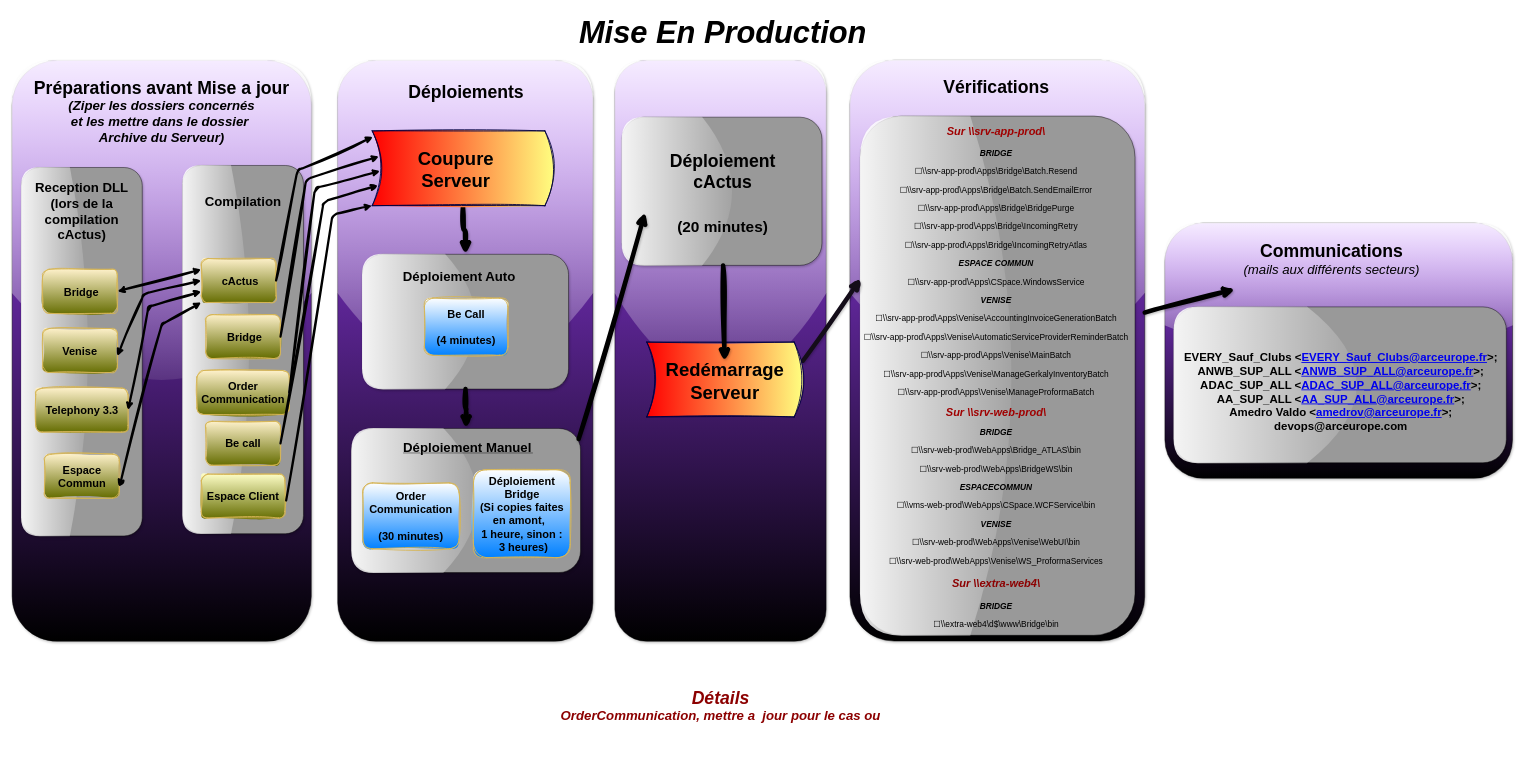
Before: Suivi MEP.drawio in MarcSyndrome/Objectif-du-jour-ARC-EF, a draw.io diagram. Source tidied: cells renumbered, new cells numbered last; positions are measured from the earlier drawing's top-left corner, leaving out a move shared by most shapes. Both pictures are drawn from the tidied source at 44%, with x=0, y=0 at pixel (-103, 7).
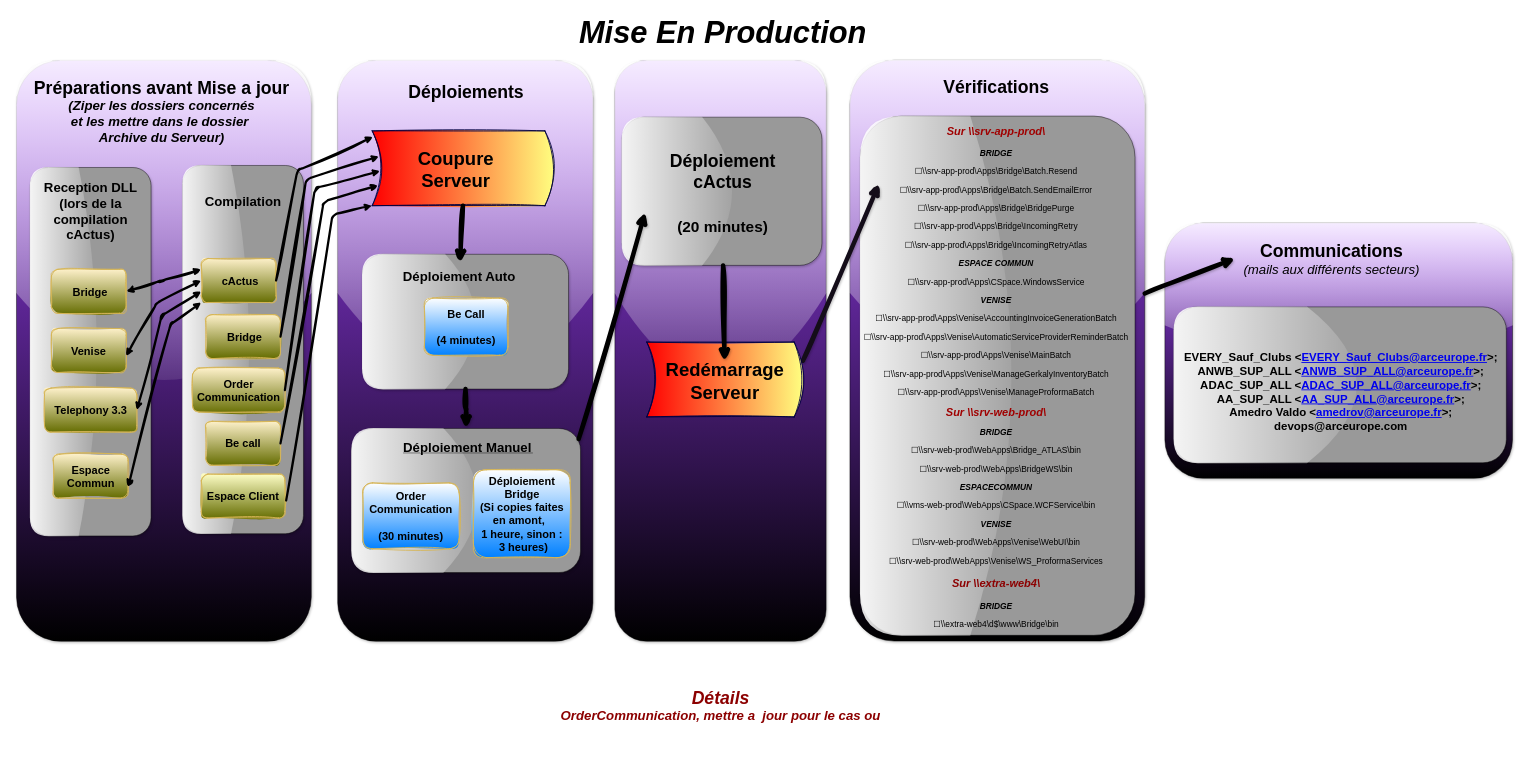
Above is the later version.

Commit message (it also covers changes not shown here):
Mettre à jour Suivi MEP.drawio

The change refers to these unchanged cells:
```xml
<mxCell id="7" style="rounded=1;whiteSpace=wrap;html=1;rotation=-90;fillColor=#999999;shadow=1;glass=1;" parent="1" vertex="1">
  <mxGeometry x="1137.3" y="479.4" width="306.3" height="468.4" as="geometry" />
</mxCell>
<mxCell id="11" value="&lt;div style=&quot;font-size: 21px;&quot;&gt;&lt;font size=&quot;1&quot;&gt;&lt;b&gt;&lt;font style=&quot;font-size: 25px;&quot;&gt;&amp;nbsp;cActus&lt;/font&gt;&lt;/b&gt;&lt;/font&gt;&lt;/div&gt;" style="rounded=1;whiteSpace=wrap;html=1;fillColor=#fff2cc;strokeColor=#d6b656;gradientColor=#646c00;sketch=1;curveFitting=1;jiggle=2;shadow=0;strokeWidth=2;" parent="1" vertex="1">
  <mxGeometry x="690" y="570" width="170" height="100" as="geometry" />
</mxCell>
<mxCell id="22" style="shape=dataStorage;whiteSpace=wrap;html=1;fixedSize=1;rotation=-180;gradientColor=#ff0000;fillColor=#ffff80;gradientDirection=east;sketch=1;curveFitting=1;jiggle=2;shadow=0;strokeWidth=2;strokeColor=#000040;rounded=1;" parent="1" vertex="1">
  <mxGeometry x="1078.4" y="280" width="412.5" height="170" as="geometry" />
</mxCell>
<mxCell id="30" value="&lt;font size=&quot;1&quot;&gt;&lt;b style=&quot;font-size: 30px;&quot;&gt;Déploiement Auto&lt;/b&gt;&lt;/font&gt;&amp;nbsp; " style="text;html=1;strokeColor=none;fillColor=none;align=center;verticalAlign=middle;whiteSpace=wrap;rounded=1;" parent="1" vertex="1">
  <mxGeometry x="1123.3" y="579.8" width="309.6" height="60" as="geometry" />
</mxCell>
<mxCell id="37" style="rounded=1;whiteSpace=wrap;html=1;glass=1;shadow=1;fillColor=#9f40ff;fillStyle=auto;gradientColor=default;" parent="1" vertex="1">
  <mxGeometry x="2164.2" y="119.5" width="670" height="1320" as="geometry" />
</mxCell>
<mxCell id="40" value="&lt;p align=&quot;center&quot; style=&quot;font-size: 25px;&quot;&gt;&lt;font color=&quot;#a00000&quot;&gt;&lt;b&gt;&lt;font style=&quot;font-size: 25px;&quot;&gt;&lt;i&gt;&lt;font style=&quot;font-size: 25px;&quot;&gt;Sur \\srv-app-prod\&lt;/font&gt;&lt;/i&gt;&lt;/font&gt;&lt;/b&gt;&lt;/font&gt;&lt;/p&gt;&lt;p align=&quot;center&quot; style=&quot;font-size: 19px;&quot;&gt;&lt;b&gt;&lt;font style=&quot;font-size: 19px;&quot;&gt;&lt;span lang=&quot;EN-GB&quot;&gt;&lt;i&gt;BRIDGE&lt;/i&gt;&lt;/span&gt;&lt;/font&gt;&lt;/b&gt;&lt;/p&gt;&lt;p align=&quot;center&quot; style=&quot;font-size: 19px;&quot;&gt;&lt;font style=&quot;font-size: 19px;&quot;&gt;&lt;font style=&quot;font-size: 19px;&quot;&gt;&lt;span lang=&quot;EN-GB&quot;&gt;&lt;span lang=&quot;FR&quot;&gt;☐&lt;/span&gt;&lt;/span&gt;&lt;a&gt;&lt;span lang=&quot;EN-GB&quot;&gt;\\srv-app-prod\Apps\Bridge\Batch.Resend&lt;/span&gt;&lt;/a&gt;&lt;/font&gt;&lt;/font&gt;&lt;/p&gt;&lt;p align=&quot;center&quot; style=&quot;font-size: 19px;&quot;&gt;&lt;font style=&quot;font-size: 19px;&quot;&gt;&lt;font style=&quot;font-size: 19px;&quot;&gt;&lt;span lang=&quot;EN-GB&quot;&gt;&lt;span lang=&quot;FR&quot;&gt;☐&lt;/span&gt;&lt;/span&gt;&lt;a&gt;&lt;span lang=&quot;EN-GB&quot;&gt;\\srv-app-prod\Apps\Bridge\Batch.SendEmailError&lt;/span&gt;&lt;/a&gt;&lt;/font&gt;&lt;/font&gt;&lt;/p&gt;&lt;p align=&quot;center&quot; style=&quot;font-size: 19px;&quot;&gt;&lt;font style=&quot;font-size: 19px;&quot;&gt;&lt;font style=&quot;font-size: 19px;&quot;&gt;&lt;span lang=&quot;EN-GB&quot;&gt;&lt;span lang=&quot;FR&quot;&gt;☐&lt;/span&gt;&lt;/span&gt;&lt;a&gt;&lt;span lang=&quot;EN-GB&quot;&gt;\\srv-app-prod\Apps\Bridge\BridgePurge&lt;/span&gt;&lt;/a&gt;&lt;/font&gt;&lt;/font&gt;&lt;/p&gt;&lt;p align=&quot;center&quot; style=&quot;font-size: 19px;&quot;&gt;&lt;font style=&quot;font-size: 19px;&quot;&gt;&lt;font style=&quot;font-size: 19px;&quot;&gt;&lt;span lang=&quot;EN-GB&quot;&gt;&lt;span lang=&quot;FR&quot;&gt;☐&lt;/span&gt;&lt;/span&gt;&lt;a&gt;&lt;span lang=&quot;EN-GB&quot;&gt;\\srv-app-prod\Apps\Bridge\IncomingRetry&lt;/span&gt;&lt;/a&gt;&lt;/font&gt;&lt;/font&gt;&lt;/p&gt;&lt;p align=&quot;center&quot; style=&quot;font-size: 19px;&quot;&gt;&lt;font style=&quot;font-size: 19px;&quot;&gt;&lt;font style=&quot;font-size: 19px;&quot;&gt;&lt;span lang=&quot;EN-GB&quot;&gt;&lt;span lang=&quot;FR&quot;&gt;☐&lt;/span&gt;&lt;/span&gt;&lt;a&gt;&lt;span lang=&quot;EN-GB&quot;&gt;\\srv-app-prod\Apps\Bridge\IncomingRetryAtlas&lt;/span&gt;&lt;/a&gt;&lt;/font&gt;&lt;/font&gt;&lt;/p&gt;&lt;p align=&quot;center&quot; style=&quot;font-size: 19px;&quot;&gt;&lt;b&gt;&lt;font style=&quot;font-size: 19px;&quot;&gt;&lt;font style=&quot;font-size: 19px;&quot;&gt;&lt;span lang=&quot;EN-GB&quot;&gt;&lt;i&gt;ESPACE COMMUN&lt;/i&gt;&lt;/span&gt;&lt;/font&gt;&lt;/font&gt;&lt;/b&gt;&lt;/p&gt;&lt;p align=&quot;center&quot; style=&quot;font-size: 19px;&quot;&gt;&lt;font style=&quot;font-size: 19px;&quot;&gt;&lt;font style=&quot;font-size: 19px;&quot;&gt;&lt;span lang=&quot;EN-GB&quot;&gt;&lt;span lang=&quot;FR&quot;&gt;☐&lt;/span&gt;&lt;/span&gt;&lt;a&gt;&lt;span lang=&quot;EN-GB&quot;&gt;\\srv-app-prod\Apps\CSpace.WindowsService&lt;/span&gt;&lt;/a&gt;&lt;/font&gt;&lt;/font&gt;&lt;/p&gt;&lt;p align=&quot;center&quot; style=&quot;font-size: 19px;&quot;&gt;&lt;font style=&quot;font-size: 19px;&quot;&gt;&lt;span lang=&quot;EN-GB&quot;&gt;&lt;i&gt;&lt;b&gt;VENISE&lt;/b&gt;&lt;/i&gt;&lt;/span&gt;&lt;/font&gt;&lt;/p&gt;&lt;p align=&quot;center&quot; style=&quot;font-size: 19px;&quot;&gt;&lt;font style=&quot;font-size: 19px;&quot;&gt;&lt;font style=&quot;font-size: 19px;&quot;&gt;&lt;span lang=&quot;EN-GB&quot;&gt;&lt;span lang=&quot;FR&quot;&gt;☐&lt;/span&gt;&lt;/span&gt;&lt;a&gt;&lt;span lang=&quot;EN-GB&quot;&gt;\\srv-app-prod\Apps\Venise\AccountingInvoiceGenerationBatch&lt;/span&gt;&lt;/a&gt;&lt;/font&gt;&lt;/font&gt;&lt;/p&gt;&lt;p align=&quot;center&quot; style=&quot;font-size: 19px;&quot;&gt;&lt;font style=&quot;font-size: 19px;&quot;&gt;&lt;font style=&quot;font-size: 19px;&quot;&gt;&lt;span lang=&quot;EN-GB&quot;&gt;&lt;span lang=&quot;FR&quot;&gt;☐&lt;/span&gt;&lt;/span&gt;&lt;a&gt;&lt;span lang=&quot;EN-GB&quot;&gt;\\srv-app-prod\Apps\Venise\AutomaticServiceProviderReminderBatch&lt;/span&gt;&lt;/a&gt;&lt;/font&gt;&lt;/font&gt;&lt;/p&gt;&lt;p align=&quot;center&quot; style=&quot;font-size: 19px;&quot;&gt;&lt;font style=&quot;font-size: 19px;&quot;&gt;&lt;font style=&quot;font-size: 19px;&quot;&gt;&lt;span lang=&quot;EN-GB&quot;&gt;&lt;span lang=&quot;FR&quot;&gt;☐&lt;/span&gt;&lt;/span&gt;&lt;a&gt;&lt;span lang=&quot;EN-GB&quot;&gt;\\srv-app-prod\Apps\Venise\MainBatch&lt;/span&gt;&lt;/a&gt;&lt;/font&gt;&lt;/font&gt;&lt;/p&gt;&lt;p align=&quot;center&quot; style=&quot;font-size: 19px;&quot;&gt;&lt;font style=&quot;font-size: 19px;&quot;&gt;&lt;font style=&quot;font-size: 19px;&quot;&gt;&lt;span lang=&quot;EN-GB&quot;&gt;&lt;span lang=&quot;FR&quot;&gt;☐&lt;/span&gt;&lt;/span&gt;&lt;a&gt;&lt;span lang=&quot;EN-GB&quot;&gt;\\srv-app-prod\Apps\Venise\ManageGerkalyInventoryBatch&lt;/span&gt;&lt;/a&gt;&lt;/font&gt;&lt;/font&gt;&lt;/p&gt;&lt;p align=&quot;center&quot; style=&quot;font-size: 19px;&quot;&gt;&lt;font style=&quot;font-size: 19px;&quot;&gt;&lt;font style=&quot;font-size: 19px;&quot;&gt;&lt;span lang=&quot;EN-GB&quot;&gt;&lt;span lang=&quot;FR&quot;&gt;☐&lt;/span&gt;&lt;/span&gt;&lt;a&gt;&lt;span lang=&quot;EN-GB&quot;&gt;\\srv-app-prod\Apps\Venise\ManageProformaBatch&lt;/span&gt;&lt;/a&gt;&lt;/font&gt;&lt;/font&gt;&lt;/p&gt;&lt;p align=&quot;center&quot; style=&quot;font-size: 19px;&quot;&gt;&lt;font color=&quot;#a00000&quot;&gt;&lt;b&gt;&lt;font size=&quot;1&quot;&gt;&lt;i&gt;&lt;font&gt;&lt;font&gt;&lt;span style=&quot;font-size: 25px;&quot; lang=&quot;EN-GB&quot;&gt;Sur \\srv-web-prod\&lt;/span&gt;&lt;/font&gt;&lt;/font&gt;&lt;/i&gt;&lt;/font&gt;&lt;/b&gt;&lt;/font&gt;&lt;/p&gt;&lt;p align=&quot;center&quot; style=&quot;font-size: 19px;&quot;&gt;&lt;font style=&quot;font-size: 19px;&quot;&gt;&lt;span lang=&quot;EN-GB&quot;&gt;&lt;i&gt;&lt;b&gt;BRIDGE&lt;/b&gt;&lt;/i&gt;&lt;/span&gt;&lt;/font&gt;&lt;/p&gt;&lt;p align=&quot;center&quot; style=&quot;font-size: 19px;&quot;&gt;&lt;font style=&quot;font-size: 19px;&quot;&gt;&lt;font style=&quot;font-size: 19px;&quot;&gt;&lt;span lang=&quot;EN-GB&quot;&gt;&lt;span lang=&quot;FR&quot;&gt;☐&lt;/span&gt;&lt;/span&gt;&lt;a&gt;&lt;span lang=&quot;EN-GB&quot;&gt;\\srv-web-prod\WebApps\Bridge_ATLAS\bin&lt;/span&gt;&lt;/a&gt;&lt;/font&gt;&lt;/font&gt;&lt;/p&gt;&lt;p align=&quot;center&quot; style=&quot;font-size: 19px;&quot;&gt;&lt;font style=&quot;font-size: 19px;&quot;&gt;&lt;font style=&quot;font-size: 19px;&quot;&gt;&lt;span lang=&quot;EN-GB&quot;&gt;&lt;span lang=&quot;FR&quot;&gt;☐&lt;/span&gt;&lt;/span&gt;&lt;a&gt;&lt;span lang=&quot;EN-GB&quot;&gt;\\srv-web-prod\WebApps\BridgeWS\bin&lt;/span&gt;&lt;/a&gt;&lt;/font&gt;&lt;/font&gt;&lt;/p&gt;&lt;p align=&quot;center&quot; style=&quot;font-size: 19px;&quot;&gt;&lt;b&gt;&lt;font style=&quot;font-size: 19px;&quot;&gt;&lt;font style=&quot;font-size: 19px;&quot;&gt;&lt;span lang=&quot;EN-GB&quot;&gt;&lt;i&gt;ESPACECOMMUN&lt;/i&gt;&lt;/span&gt;&lt;/font&gt;&lt;/font&gt;&lt;/b&gt;&lt;/p&gt;&lt;p align=&quot;center&quot; style=&quot;font-size: 19px;&quot;&gt;&lt;font style=&quot;font-size: 19px;&quot;&gt;&lt;font style=&quot;font-size: 19px;&quot;&gt;&lt;span lang=&quot;EN-GB&quot;&gt;&lt;span lang=&quot;FR&quot;&gt;☐&lt;/span&gt;&lt;/span&gt;&lt;a&gt;&lt;span lang=&quot;EN-GB&quot;&gt;\\vms-web-prod\WebApps\CSpace.WCFService\bin&lt;/span&gt;&lt;/a&gt;&lt;/font&gt;&lt;/font&gt;&lt;/p&gt;&lt;p align=&quot;center&quot; style=&quot;font-size: 19px;&quot;&gt;&lt;b&gt;&lt;font style=&quot;font-size: 19px;&quot;&gt;&lt;span lang=&quot;EN-GB&quot;&gt;&lt;i&gt;VENISE&lt;/i&gt;&lt;/span&gt;&lt;/font&gt;&lt;/b&gt;&lt;/p&gt;&lt;p align=&quot;center&quot; style=&quot;font-size: 19px;&quot;&gt;&lt;font style=&quot;font-size: 19px;&quot;&gt;&lt;font style=&quot;font-size: 19px;&quot;&gt;&lt;span lang=&quot;EN-GB&quot;&gt;&lt;span lang=&quot;FR&quot;&gt;☐&lt;/span&gt;&lt;/span&gt;&lt;a&gt;&lt;span lang=&quot;EN-GB&quot;&gt;\\srv-web-prod\WebApps\Venise\WebUI\bin&lt;/span&gt;&lt;/a&gt;&lt;/font&gt;&lt;/font&gt;&lt;/p&gt;&lt;p align=&quot;center&quot; style=&quot;font-size: 19px;&quot;&gt;&lt;font style=&quot;font-size: 19px;&quot;&gt;&lt;font style=&quot;font-size: 19px;&quot;&gt;&lt;span lang=&quot;EN-GB&quot;&gt;&lt;span lang=&quot;FR&quot;&gt;☐&lt;/span&gt;&lt;/span&gt;&lt;a&gt;&lt;span lang=&quot;EN-GB&quot;&gt;\\srv-web-prod\WebApps\Venise\WS_ProformaServices&lt;/span&gt;&lt;/a&gt;&lt;/font&gt;&lt;/font&gt;&lt;/p&gt;&lt;p align=&quot;center&quot; style=&quot;font-size: 25px;&quot;&gt;&lt;b&gt;&lt;font color=&quot;#8c0000&quot; style=&quot;font-size: 25px;&quot;&gt;&lt;font style=&quot;font-size: 25px;&quot;&gt;&lt;span lang=&quot;EN-GB&quot;&gt;&lt;i&gt;Sur \\extra-web4\&lt;/i&gt;&lt;/span&gt;&lt;/font&gt;&lt;/font&gt;&lt;/b&gt;&lt;/p&gt;&lt;p align=&quot;center&quot; style=&quot;font-size: 19px;&quot;&gt;&lt;font style=&quot;font-size: 19px;&quot;&gt;&lt;span lang=&quot;EN-GB&quot;&gt;&lt;i&gt;&lt;b&gt;BRIDGE&lt;/b&gt;&lt;/i&gt;&lt;/span&gt;&lt;/font&gt;&lt;/p&gt;&lt;p align=&quot;center&quot; style=&quot;font-size: 19px;&quot;&gt;&lt;font style=&quot;font-size: 19px;&quot;&gt;&lt;font style=&quot;font-size: 19px;&quot;&gt;&lt;span lang=&quot;EN-GB&quot;&gt;&lt;span lang=&quot;FR&quot;&gt;☐&lt;/span&gt;&lt;/span&gt;&lt;a&gt;&lt;span lang=&quot;EN-GB&quot;&gt;\\extra-web4\d$\www\Bridge\bin&lt;/span&gt;&lt;/a&gt;&lt;/font&gt;&lt;/font&gt;&lt;/p&gt;" style="text;html=1;strokeColor=none;fillColor=none;align=center;verticalAlign=middle;whiteSpace=wrap;rounded=1;" parent="1" vertex="1">
  <mxGeometry x="2189.2" y="394.6" width="615" height="883.4" as="geometry" />
</mxCell>
<mxCell id="42" style="shape=dataStorage;whiteSpace=wrap;html=1;fixedSize=1;rotation=-180;gradientColor=#ff0000;fillColor=#ffff80;gradientDirection=east;shadow=0;strokeWidth=2;strokeColor=#000040;sketch=1;curveFitting=1;jiggle=2;rounded=1;" parent="1" vertex="1">
  <mxGeometry x="1702.5" y="760" width="355" height="170" as="geometry" />
</mxCell>
<mxCell id="43" value="&lt;div&gt;&lt;b&gt;&lt;font style=&quot;font-size: 40px;&quot;&gt;Communications&lt;/font&gt;&lt;/b&gt;&lt;/div&gt;&lt;font size=&quot;1&quot;&gt;&lt;i style=&quot;font-size: 30px;&quot;&gt;(mails aux différents secteurs)&lt;/i&gt;&lt;/font&gt;" style="text;html=1;strokeColor=none;fillColor=none;align=center;verticalAlign=middle;whiteSpace=wrap;rounded=1;" parent="1" vertex="1">
  <mxGeometry x="3040" y="499.6" width="437.5" height="140" as="geometry" />
</mxCell>
```

The edit, as a diff of the source:
```diff
@@
     <mxCell id="5" style="rounded=1;whiteSpace=wrap;html=1;glass=1;shadow=1;fillColor=#9f40ff;fillStyle=auto;gradientColor=default;" parent="1" vertex="1">
-      <mxGeometry x="260" y="120" width="680" height="1320" as="geometry" />
+      <mxGeometry x="270" y="120" width="670" height="1320" as="geometry" />
     </mxCell>
@@
     <mxCell id="8" style="rounded=1;whiteSpace=wrap;html=1;rotation=-90;fillColor=#999999;shadow=1;glass=1;" parent="1" vertex="1">
-      <mxGeometry y="644.6" width="837.2" height="274.4" as="geometry" />
+      <mxGeometry x="20" y="644.6" width="837.2" height="274.4" as="geometry" />
     </mxCell>
@@
     <mxCell id="14" value="&lt;div style=&quot;font-size: 25px;&quot;&gt;&lt;font style=&quot;font-size: 25px;&quot;&gt;&lt;b&gt;Order Communication&lt;/b&gt; &lt;br&gt;&lt;/font&gt;&lt;/div&gt;" style="rounded=1;whiteSpace=wrap;html=1;fillColor=#fff2cc;strokeColor=#d6b656;gradientColor=#646c00;sketch=1;curveFitting=1;jiggle=2;shadow=0;strokeWidth=2;" parent="1" vertex="1">
-      <mxGeometry x="680" y="824.5" width="210" height="100" as="geometry" />
+      <mxGeometry x="670" y="819" width="210" height="100" as="geometry" />
     </mxCell>
@@
     <mxCell id="18" value="&lt;div style=&quot;font-size: 21px;&quot;&gt;&lt;font size=&quot;1&quot;&gt;&lt;b style=&quot;font-size: 25px;&quot;&gt;Telephony 3.3&lt;/b&gt;&lt;/font&gt;&lt;/div&gt;" style="rounded=1;whiteSpace=wrap;html=1;fillColor=#fff2cc;strokeColor=#d6b656;gradientColor=#646c00;sketch=1;curveFitting=1;jiggle=2;shadow=0;strokeWidth=2;" parent="1" vertex="1">
-      <mxGeometry x="313.6" y="864.6" width="210" height="100" as="geometry" />
+      <mxGeometry x="333.6" y="864.6" width="210" height="100" as="geometry" />
     </mxCell>
     <mxCell id="19" style="endArrow=classic;startArrow=classic;html=1;rounded=1;exitX=0;exitY=0.75;exitDx=0;exitDy=0;entryX=1;entryY=0.5;entryDx=0;entryDy=0;sketch=1;curveFitting=1;jiggle=2;shadow=0;strokeWidth=5;" parent="1" edge="1" source="11" target="18">
       <mxGeometry relative="1" as="geometry">
         <Array as="points">
-          <mxPoint x="570" y="680" />
+          <mxPoint x="600" y="700" />
         </Array>
       </mxGeometry>
     </mxCell>
     <mxCell id="20" value="&lt;div style=&quot;font-size: 21px;&quot;&gt;&lt;font size=&quot;1&quot;&gt;&lt;b style=&quot;font-size: 25px;&quot;&gt;Venise&lt;/b&gt;&lt;/font&gt;&lt;/div&gt;" style="rounded=1;whiteSpace=wrap;html=1;fillColor=#fff2cc;strokeColor=#d6b656;gradientColor=#646c00;sketch=1;curveFitting=1;jiggle=2;shadow=0;strokeWidth=2;" parent="1" vertex="1">
-      <mxGeometry x="329.3" y="729.1" width="170" height="100" as="geometry" />
+      <mxGeometry x="349.3" y="729.1" width="170" height="100" as="geometry" />
     </mxCell>
-    <mxCell id="21" style="edgeStyle=orthogonalEdgeStyle;jettySize=auto;html=1;strokeWidth=10;curved=1;sketch=1;curveFitting=1;jiggle=2;shadow=1;" parent="1" edge="1" source="22" target="7">
-      <mxGeometry relative="1" as="geometry" />
-    </mxCell>
@@
     <mxCell id="25" value="&lt;font style=&quot;font-size: 30px;&quot;&gt;&lt;b&gt;Reception DLL (lors de la compilation cActus)&lt;/b&gt;&lt;font style=&quot;font-size: 30px;&quot;&gt;&lt;b&gt;&lt;br&gt;&lt;/b&gt;&lt;/font&gt;&lt;/font&gt;" style="text;html=1;strokeColor=none;fillColor=none;align=center;verticalAlign=middle;whiteSpace=wrap;rounded=1;" parent="1" vertex="1">
-      <mxGeometry x="309.3" y="394.6" width="218.6" height="135" as="geometry" />
+      <mxGeometry x="329.3" y="394.6" width="218.6" height="135" as="geometry" />
     </mxCell>
     <mxCell id="26" style="endArrow=classic;startArrow=classic;html=1;rounded=1;entryX=0.998;entryY=0.627;entryDx=0;entryDy=0;sketch=1;curveFitting=1;jiggle=2;shadow=0;strokeWidth=5;entryPerimeter=0;exitX=0;exitY=0.5;exitDx=0;exitDy=0;" parent="1" edge="1" source="11" target="20">
       <mxGeometry relative="1" as="geometry">
         <Array as="points">
-          <mxPoint x="560" y="650" />
+          <mxPoint x="590" y="670" />
         </Array>
       </mxGeometry>
     </mxCell>
@@
-    <mxCell id="41" style="endArrow=classic;html=1;strokeWidth=10;exitX=0;exitY=0.75;exitDx=0;exitDy=0;sketch=1;curveFitting=1;jiggle=2;shadow=1;fillColor=#76608a;strokeColor=#140D19;curved=1;entryX=0;entryY=0.25;entryDx=0;entryDy=0;" parent="1" edge="1" source="42" target="40">
+    <mxCell id="41" style="endArrow=classic;html=1;strokeWidth=10;exitX=0;exitY=0.75;exitDx=0;exitDy=0;sketch=1;curveFitting=1;jiggle=2;shadow=1;fillColor=#76608a;strokeColor=#140D19;curved=1;entryX=0.067;entryY=0.006;entryDx=0;entryDy=0;entryPerimeter=0;" parent="1" edge="1" source="42" target="40">
       <mxGeometry relative="1" as="geometry" />
     </mxCell>
@@
-    <mxCell id="44" style="endArrow=classic;html=1;rounded=1;strokeWidth=10;sketch=1;curveFitting=1;jiggle=2;shadow=1;entryX=0;entryY=1;entryDx=0;entryDy=0;" parent="1" edge="1" source="37" target="43">
+    <mxCell id="44" style="endArrow=classic;html=1;rounded=1;strokeWidth=10;sketch=1;curveFitting=1;jiggle=2;shadow=1;entryX=0;entryY=0.5;entryDx=0;entryDy=0;" parent="1" edge="1" source="37" target="43">
       <mxGeometry relative="1" as="geometry" />
     </mxCell>
@@
     <mxCell id="48" value="&lt;div style=&quot;font-size: 25px;&quot;&gt;&lt;font style=&quot;font-size: 25px;&quot;&gt;&lt;b&gt;&amp;nbsp;Bridge&lt;/b&gt;&lt;b&gt;&lt;font style=&quot;font-size: 25px;&quot;&gt;&lt;br&gt;&lt;/font&gt;&lt;/b&gt;&lt;/font&gt;&lt;/div&gt;" style="rounded=1;whiteSpace=wrap;html=1;fillColor=#fff2cc;strokeColor=#d6b656;gradientColor=#646c00;sketch=1;curveFitting=1;jiggle=2;shadow=0;strokeWidth=2;" parent="1" vertex="1">
-      <mxGeometry x="329.3" y="594.6" width="170" height="100" as="geometry" />
+      <mxGeometry x="349.3" y="594.6" width="170" height="100" as="geometry" />
     </mxCell>
     <mxCell id="49" style="endArrow=classic;startArrow=classic;html=1;rounded=1;exitX=0;exitY=0.25;exitDx=0;exitDy=0;entryX=1;entryY=0.5;entryDx=0;entryDy=0;sketch=1;curveFitting=1;jiggle=2;shadow=0;strokeWidth=5;" parent="1" edge="1" source="11" target="48">
-      <mxGeometry relative="1" as="geometry" />
+      <mxGeometry relative="1" as="geometry">
+        <Array as="points">
+          <mxPoint x="600" y="620" />
+        </Array>
+      </mxGeometry>
     </mxCell>
     <mxCell id="50" value="&lt;div style=&quot;font-size: 25px;&quot;&gt;&lt;font style=&quot;font-size: 25px;&quot;&gt;&lt;b&gt;Espace Commun&lt;/b&gt;&lt;br&gt;&lt;/font&gt;&lt;/div&gt;" style="rounded=1;whiteSpace=wrap;html=1;fillColor=#fff2cc;strokeColor=#d6b656;gradientColor=#646c00;sketch=1;curveFitting=1;jiggle=2;shadow=0;strokeWidth=2;" parent="1" vertex="1">
-      <mxGeometry x="333.6" y="1014.6" width="170" height="100" as="geometry" />
+      <mxGeometry x="353.6" y="1014.6" width="170" height="100" as="geometry" />
     </mxCell>
     <mxCell id="51" style="endArrow=classic;startArrow=classic;html=1;rounded=1;exitX=0;exitY=1;exitDx=0;exitDy=0;entryX=1;entryY=0.75;entryDx=0;entryDy=0;sketch=1;curveFitting=1;jiggle=2;shadow=0;strokeWidth=5;" parent="1" edge="1" source="11" target="50">
       <mxGeometry relative="1" as="geometry">
         <Array as="points">
-          <mxPoint x="600" y="720" />
+          <mxPoint x="620" y="720" />
         </Array>
       </mxGeometry>
     </mxCell>
@@
+    <mxCell id="58" style="endArrow=classic;html=1;rounded=0;entryX=0.5;entryY=0;entryDx=0;entryDy=0;exitX=0.5;exitY=0;exitDx=0;exitDy=0;strokeWidth=10;sketch=1;curveFitting=1;jiggle=2;" parent="1" edge="1" source="22" target="30">
+      <mxGeometry relative="1" as="geometry" />
+    </mxCell>
```
